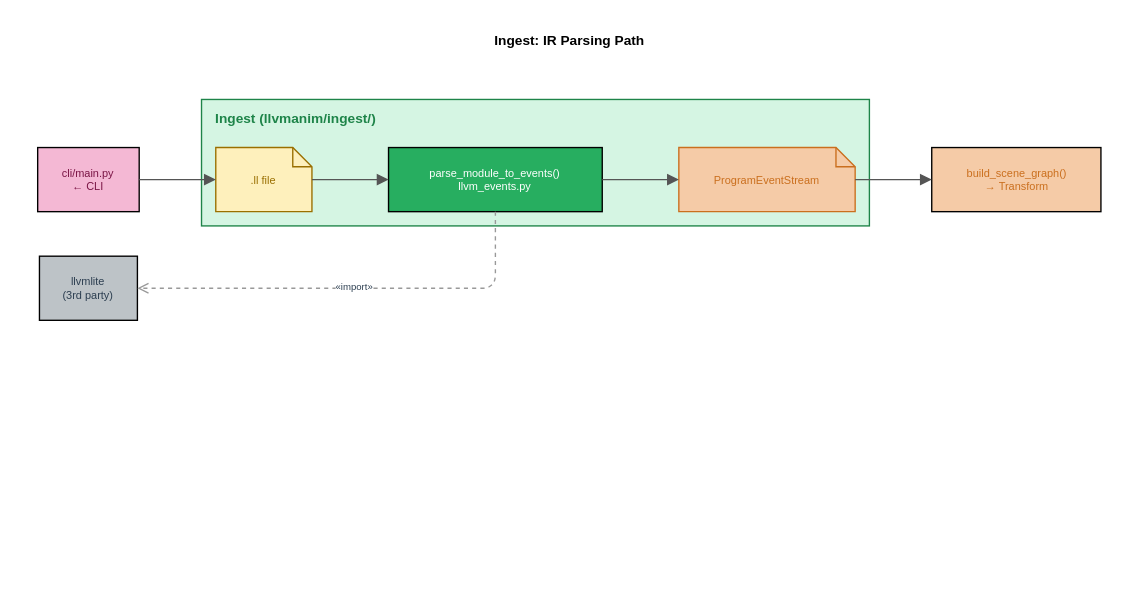
Before: page "01b1 IR Parsing" (4 of 14) of docs/architecture/01_architecture_overview/Vertical/01_architecture_overview.drawio in BenHoule/LLVManim, a draw.io diagram. Source tidied: cells renumbered, new cells numbered last; positions are measured from the earlier drawing's top-left corner, leaving out a move shared by most shapes. Both pictures are drawn from the tidied source at 137%, with x=0, y=0 at pixel (37, 26).
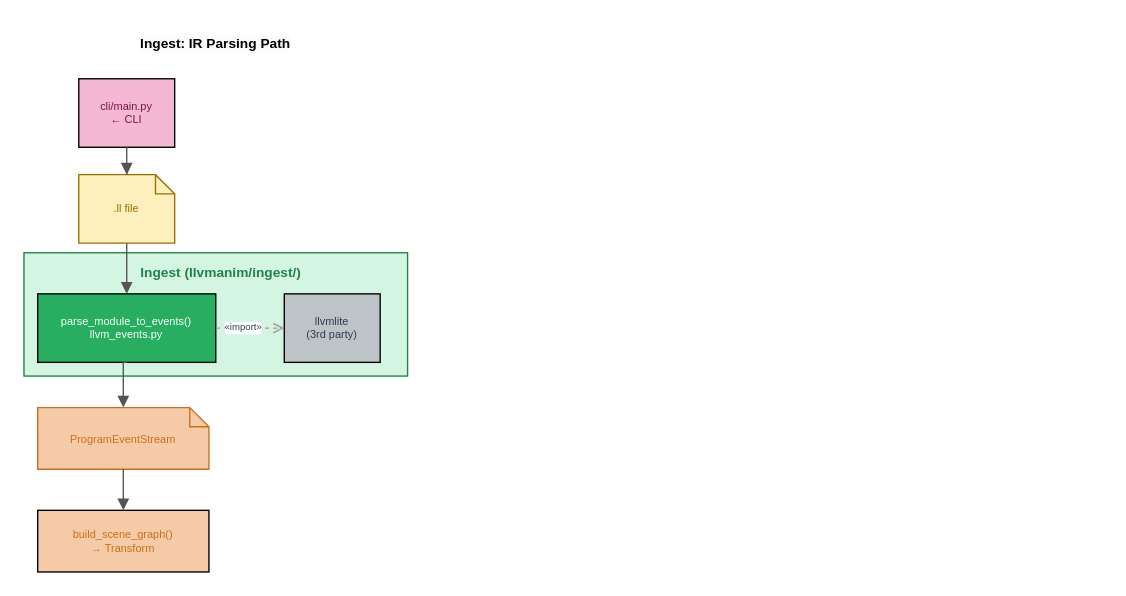
Above is the later version.

Change to the diagram source:
```diff
@@
+    <mxCell id="15" style="group;" parent="1" vertex="1">
+      <mxGeometry x="-10" y="165" width="280" height="90" as="geometry" />
+    </mxCell>
-    <mxCell id="2" value="Ingest  (llvmanim/ingest/)" style="rounded=0;whiteSpace=wrap;html=1;fillColor=#d5f5e3;strokeColor=#1e8449;fontColor=#1e8449;verticalAlign=top;align=left;spacingLeft=8;spacingTop=2;fontStyle=1;fontSize=10;fontFamily=Helvetica;" parent="1" vertex="1">
-      <mxGeometry x="119.6" y="53.1" width="487.5" height="92.3" as="geometry" />
+    <mxCell id="2" value="Ingest  (llvmanim/ingest/)" style="rounded=0;whiteSpace=wrap;html=1;fillColor=#d5f5e3;strokeColor=#1e8449;fontColor=#1e8449;verticalAlign=top;align=center;spacingLeft=8;spacingTop=2;fontStyle=1;fontSize=10;fontFamily=Helvetica;" parent="15" vertex="1">
+      <mxGeometry width="280" height="90" as="geometry" />
     </mxCell>
+    <mxCell id="16" value="«import»" style="edgeStyle=orthogonalEdgeStyle;rounded=1;orthogonalLoop=1;jettySize=auto;html=1;strokeColor=#999999;fontSize=7;fontFamily=Helvetica;dashed=1;endArrow=open;endFill=0;fontColor=#2c3e50;exitX=1;exitY=0.5;exitDx=0;exitDy=0;curved=0;entryX=0;entryY=0.5;entryDx=0;entryDy=0;" parent="15" edge="1">
+      <mxGeometry relative="1" as="geometry">
+        <mxPoint x="190" y="55" as="targetPoint" />
+        <Array as="points">
+          <mxPoint x="180" y="55" />
+          <mxPoint x="180" y="55" />
+        </Array>
+      </mxGeometry>
+    </mxCell>
-    <mxCell id="3" value="cli/main.py&lt;br&gt;← CLI" style="rounded=0;whiteSpace=wrap;html=1;fillColor=#f4b8d4;fontColor=#7a1545;strokeColor=#000000;fontSize=8;fontFamily=Helvetica;" parent="1" vertex="1">
-      <mxGeometry y="88.2" width="74.1" height="46.8" as="geometry" />
+    <mxCell id="3" value="cli/main.py&lt;br&gt;← CLI" style="rounded=0;whiteSpace=wrap;html=1;fillColor=#f4b8d4;fontColor=#7a1545;strokeColor=#000000;fontSize=8;fontFamily=Helvetica;" parent="15" vertex="1">
+      <mxGeometry x="40" y="-127" width="70" height="50" as="geometry" />
     </mxCell>
-    <mxCell id="4" value=".ll file" style="shape=note;whiteSpace=wrap;html=1;fillColor=#fef0bc;fontColor=#9a6f00;strokeColor=#9a6f00;backgroundOutline=1;size=14;fontSize=8;fontFamily=Helvetica;" parent="1" vertex="1">
-      <mxGeometry x="130" y="88.2" width="70.2" height="46.8" as="geometry" />
+    <mxCell id="4" value=".ll file" style="shape=note;whiteSpace=wrap;html=1;fillColor=#fef0bc;fontColor=#9a6f00;strokeColor=#9a6f00;backgroundOutline=1;size=14;fontSize=8;fontFamily=Helvetica;" parent="15" vertex="1">
+      <mxGeometry x="40" y="-57" width="70" height="50" as="geometry" />
     </mxCell>
-    <mxCell id="5" value="parse_module_to_events()&lt;br&gt;llvm_events.py" style="rounded=0;whiteSpace=wrap;html=1;fillColor=#27ae60;fontColor=white;strokeColor=#000000;fontSize=8;fontFamily=Helvetica;" parent="1" vertex="1">
-      <mxGeometry x="256.1" y="88.2" width="156" height="46.8" as="geometry" />
+    <mxCell id="5" value="&lt;span style=&quot;color: rgb(255, 255, 255);&quot;&gt;parse_module_to_events()&lt;/span&gt;&lt;br style=&quot;color: rgb(63, 63, 63); scrollbar-color: rgb(226, 226, 226) rgb(251, 251, 251);&quot;&gt;&lt;span style=&quot;color: rgb(255, 255, 255);&quot;&gt;llvm_events.py&lt;/span&gt;" style="rounded=0;whiteSpace=wrap;html=1;fillColor=#27ae60;fontColor=white;strokeColor=#000000;fontSize=8;fontFamily=Helvetica;" parent="15" vertex="1">
+      <mxGeometry x="10" y="30" width="130" height="50" as="geometry" />
     </mxCell>
+    <mxCell id="7" value="&lt;span style=&quot;color: rgb(44, 62, 80);&quot;&gt;llvmlite&lt;/span&gt;&lt;br style=&quot;color: rgb(63, 63, 63); scrollbar-color: rgb(226, 226, 226) rgb(251, 251, 251);&quot;&gt;&lt;span style=&quot;color: rgb(44, 62, 80);&quot;&gt;(3rd party)&lt;/span&gt;" style="rounded=0;whiteSpace=wrap;html=1;fillColor=#bdc3c7;fontColor=#2c3e50;strokeColor=#000000;fontSize=8;fontFamily=Helvetica;" parent="15" vertex="1">
+      <mxGeometry x="190" y="30" width="70" height="50" as="geometry" />
+    </mxCell>
+    <mxCell id="17" style="edgeStyle=orthogonalEdgeStyle;rounded=0;jettySize=auto;html=1;strokeColor=#555555;fontSize=7;fontFamily=Helvetica;endArrow=block;endFill=1;" parent="15" edge="1" source="3" target="4">
+      <mxGeometry relative="1" as="geometry" />
+    </mxCell>
+    <mxCell id="18" style="edgeStyle=orthogonalEdgeStyle;rounded=0;jettySize=auto;html=1;strokeColor=#555555;fontSize=7;fontFamily=Helvetica;endArrow=block;endFill=1;" parent="15" edge="1" source="4" target="5">
+      <mxGeometry relative="1" as="geometry" />
+    </mxCell>
+    <mxCell id="12" value="«import»" style="edgeStyle=orthogonalEdgeStyle;rounded=1;jettySize=auto;html=1;strokeColor=#999999;fontSize=7;fontFamily=Helvetica;dashed=1;endArrow=open;endFill=0;fontColor=#2c3e50;exitX=1;exitY=0.5;exitDx=0;exitDy=0;curved=0;entryX=0;entryY=0.5;entryDx=0;entryDy=0;" parent="15" edge="1" source="5" target="7">
+      <mxGeometry x="-0.2" relative="1" as="geometry">
+        <Array as="points">
+          <mxPoint x="190.1" y="55" />
+          <mxPoint x="190.1" y="55" />
+        </Array>
+      </mxGeometry>
+    </mxCell>
     <mxCell id="6" value="ProgramEventStream" style="shape=note;whiteSpace=wrap;html=1;fillColor=#f5cba7;fontColor=#ca6f1e;strokeColor=#ca6f1e;backgroundOutline=1;size=14;fontSize=8;fontFamily=Helvetica;" parent="1" vertex="1">
-      <mxGeometry x="468" y="88.2" width="128.7" height="46.8" as="geometry" />
+      <mxGeometry y="278" width="125" height="45" as="geometry" />
     </mxCell>
-    <mxCell id="7" value="llvmlite&lt;br&gt;(3rd party)" style="rounded=0;whiteSpace=wrap;html=1;fillColor=#bdc3c7;fontColor=#2c3e50;strokeColor=#000000;fontSize=8;fontFamily=Helvetica;" parent="1" vertex="1">
-      <mxGeometry x="1.3" y="167.5" width="71.5" height="46.8" as="geometry" />
-    </mxCell>
     <mxCell id="8" value="build_scene_graph()&lt;br&gt;→ Transform" style="rounded=0;whiteSpace=wrap;html=1;fillColor=#f5cba7;fontColor=#ca6f1e;strokeColor=#000000;fontSize=8;fontFamily=Helvetica;" parent="1" vertex="1">
-      <mxGeometry x="652.6" y="88.2" width="123.5" height="46.8" as="geometry" />
+      <mxGeometry y="353" width="125" height="45" as="geometry" />
     </mxCell>
-    <mxCell id="9" style="edgeStyle=orthogonalEdgeStyle;rounded=0;jettySize=auto;html=1;strokeColor=#555555;fontSize=7;fontFamily=Helvetica;endArrow=block;endFill=1;" parent="1" edge="1" source="3" target="4">
-      <mxGeometry relative="1" as="geometry" />
+    <mxCell id="9" style="edgeStyle=orthogonalEdgeStyle;rounded=0;orthogonalLoop=1;jettySize=auto;html=1;strokeColor=#555555;fontSize=7;fontFamily=Helvetica;endArrow=block;endFill=1;exitX=0.5;exitY=1;exitDx=0;exitDy=0;entryX=0.5;entryY=0;entryDx=0;entryDy=0;entryPerimeter=0;" parent="1" edge="1">
+      <mxGeometry relative="1" as="geometry">
+        <mxPoint x="65" y="108" as="targetPoint" />
+        <Array as="points">
+          <mxPoint x="65" y="88" />
+          <mxPoint x="65" y="88" />
+        </Array>
+      </mxGeometry>
     </mxCell>
-    <mxCell id="10" style="edgeStyle=orthogonalEdgeStyle;rounded=0;jettySize=auto;html=1;strokeColor=#555555;fontSize=7;fontFamily=Helvetica;endArrow=block;endFill=1;" parent="1" edge="1" source="4" target="5">
-      <mxGeometry relative="1" as="geometry" />
+    <mxCell id="10" style="edgeStyle=orthogonalEdgeStyle;rounded=1;orthogonalLoop=1;jettySize=auto;html=1;strokeColor=#555555;fontSize=7;fontFamily=Helvetica;endArrow=block;endFill=1;entryX=0.5;entryY=0;entryDx=0;entryDy=0;exitX=0.5;exitY=1;exitDx=0;exitDy=0;exitPerimeter=0;curved=0;" parent="1" edge="1">
+      <mxGeometry relative="1" as="geometry">
+        <mxPoint x="67.5" y="203" as="targetPoint" />
+        <Array as="points">
+          <mxPoint x="65" y="168" />
+          <mxPoint x="68" y="168" />
+        </Array>
+      </mxGeometry>
     </mxCell>
-    <mxCell id="11" style="edgeStyle=orthogonalEdgeStyle;rounded=0;jettySize=auto;html=1;strokeColor=#555555;fontSize=7;fontFamily=Helvetica;endArrow=block;endFill=1;" parent="1" edge="1" source="5" target="6">
+    <mxCell id="11" style="edgeStyle=orthogonalEdgeStyle;rounded=0;jettySize=auto;html=1;strokeColor=#555555;fontSize=7;fontFamily=Helvetica;endArrow=block;endFill=1;exitX=0.5;exitY=1;exitDx=0;exitDy=0;entryX=0.5;entryY=0;entryDx=0;entryDy=0;entryPerimeter=0;" parent="1" edge="1" source="5" target="6">
       <mxGeometry relative="1" as="geometry" />
     </mxCell>
-    <mxCell id="12" value="«import»" style="edgeStyle=orthogonalEdgeStyle;rounded=1;jettySize=auto;html=1;strokeColor=#999999;fontSize=7;fontFamily=Helvetica;dashed=1;endArrow=open;endFill=0;fontColor=#2c3e50;exitX=0.5;exitY=1;exitDx=0;exitDy=0;entryX=1;entryY=0.5;entryDx=0;entryDy=0;curved=0;" parent="1" edge="1" source="5" target="7">
-      <mxGeometry relative="1" as="geometry" />
-    </mxCell>
-    <mxCell id="13" style="edgeStyle=orthogonalEdgeStyle;rounded=0;jettySize=auto;html=1;strokeColor=#555555;fontSize=7;fontFamily=Helvetica;endArrow=block;endFill=1;" parent="1" edge="1" source="6" target="8">
+    <mxCell id="13" style="edgeStyle=orthogonalEdgeStyle;rounded=0;jettySize=auto;html=1;strokeColor=#555555;fontSize=7;fontFamily=Helvetica;endArrow=block;endFill=1;entryX=0.5;entryY=0;entryDx=0;entryDy=0;" parent="1" edge="1" source="6" target="8">
       <mxGeometry relative="1" as="geometry" />
     </mxCell>
-    <mxCell id="14" value="Ingest: IR Parsing Path" style="text;html=1;align=center;verticalAlign=middle;strokeColor=none;fillColor=none;fontSize=10;fontFamily=Helvetica;fontStyle=1;" parent="1" vertex="1">
-      <mxGeometry width="776" height="20" as="geometry" />
+    <mxCell id="14" value="&lt;span style=&quot;color: rgb(0, 0, 0); font-family: Helvetica; font-size: 10px; font-style: normal; font-variant-ligatures: normal; font-variant-caps: normal; font-weight: 700; letter-spacing: normal; orphans: 2; text-indent: 0px; text-transform: none; widows: 2; word-spacing: 0px; -webkit-text-stroke-width: 0px; white-space: nowrap; background-color: rgb(251, 251, 251); text-decoration-thickness: initial; text-decoration-style: initial; text-decoration-color: initial; float: none; display: inline !important;&quot;&gt;Ingest: IR Parsing Path&lt;/span&gt;" style="text;whiteSpace=wrap;html=1;align=center;" parent="1" vertex="1">
+      <mxGeometry x="60" y="-2" width="140" height="40" as="geometry" />
     </mxCell>
```
